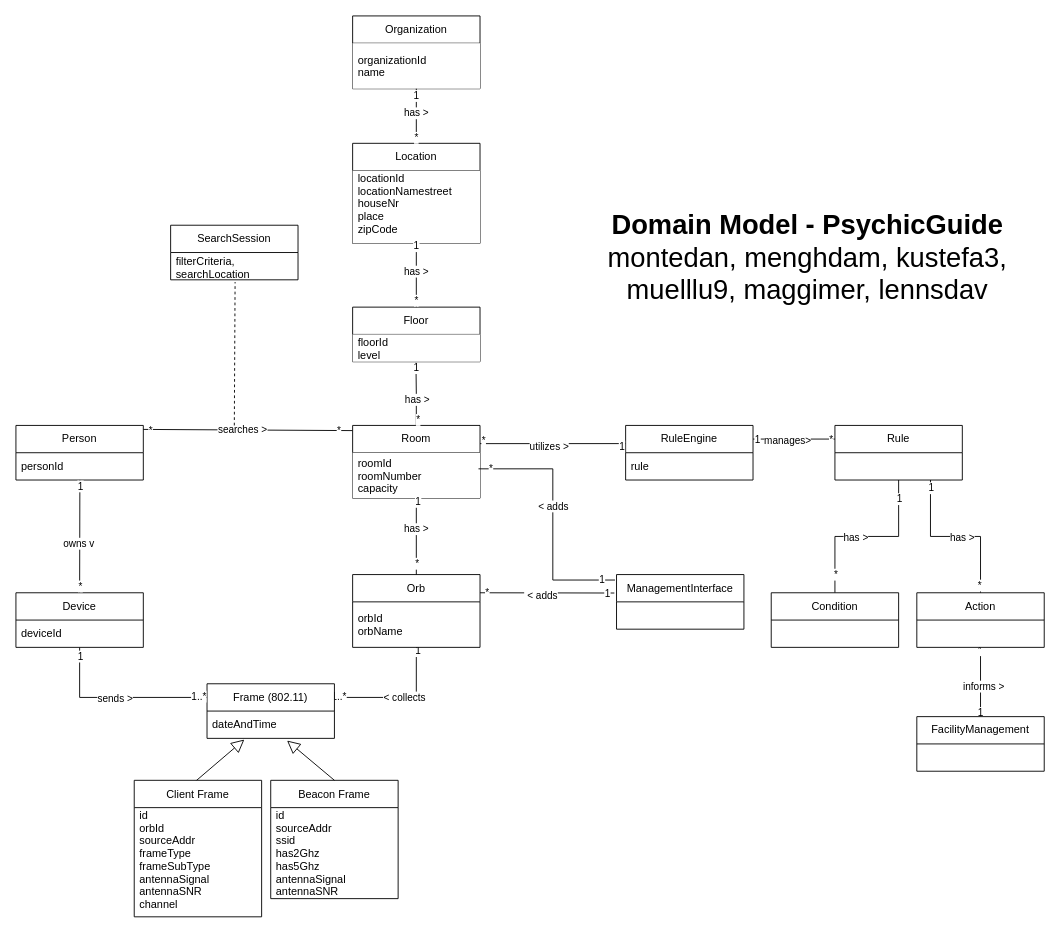
Above: PM3_domain_model.drawio in phyllomenous/PM3_DomainModel (draw.io), before the change. Source tidied: cells renumbered, new cells numbered last; positions are measured from the earlier drawing's top-left corner, leaving out a move shared by most shapes. Both pictures are drawn from the tidied source at 91%, with x=0, y=0 at pixel (15, 15).
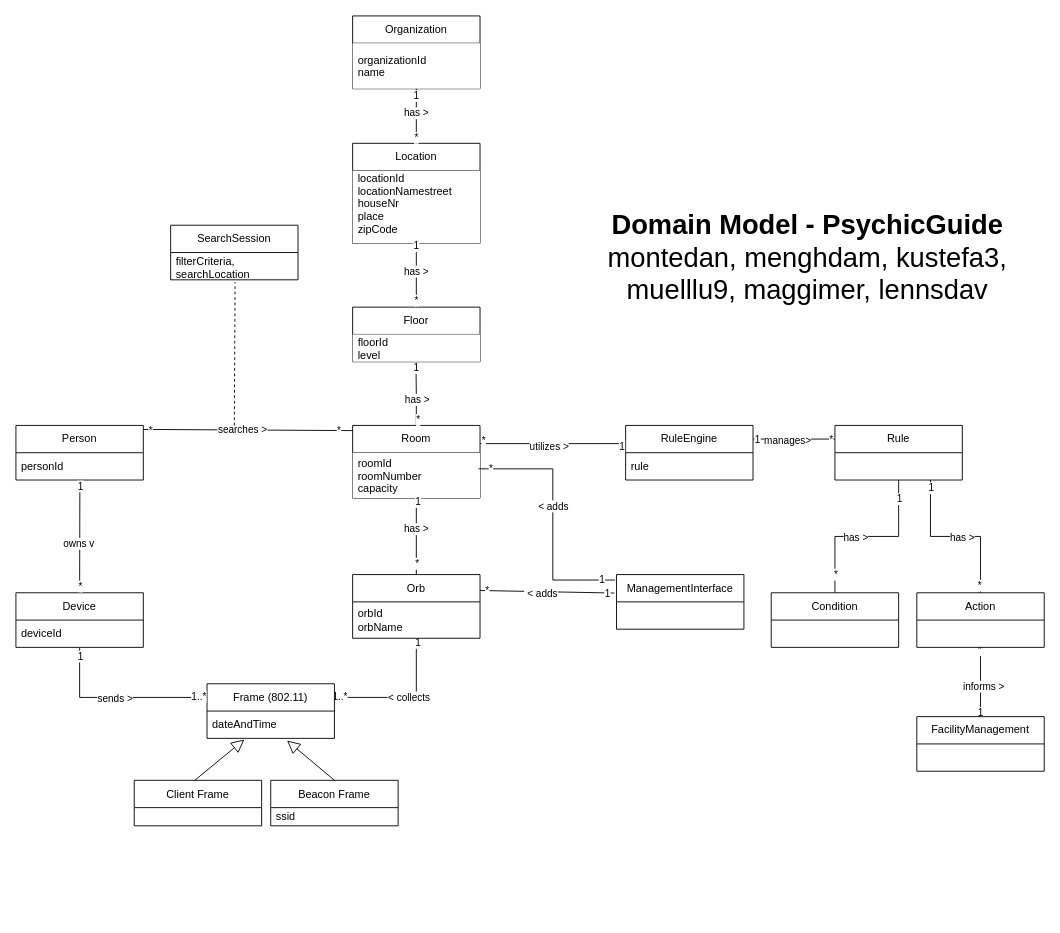
Above is the later version.

Commit message:
remove properties of Frame

Change to the diagram source:
```diff
@@
     <mxCell id="18" value="Orb" style="swimlane;fontStyle=0;horizontal=1;startSize=30;whiteSpace=wrap;html=1;swimlaneFillColor=default;" parent="1" vertex="1">
-      <mxGeometry x="370" y="613.9" width="140" height="80" as="geometry" />
+      <mxGeometry x="370" y="613.9" width="140" height="70" as="geometry" />
     </mxCell>
     <mxCell id="19" value="&lt;div&gt;orbId&lt;/div&gt;&lt;div&gt;orbName&lt;/div&gt;" style="text;strokeColor=none;fillColor=none;align=left;verticalAlign=middle;spacingLeft=4;spacingRight=4;overflow=hidden;whiteSpace=wrap;html=1;" parent="18" vertex="1">
-      <mxGeometry y="30" width="140" height="50" as="geometry" />
+      <mxGeometry y="30" width="140" height="40" as="geometry" />
     </mxCell>
@@
     <mxCell id="86" value="Client Frame" style="swimlane;fontStyle=0;horizontal=1;startSize=30;swimlaneFillColor=default;" parent="1" vertex="1">
-      <mxGeometry x="130" y="840" width="140" height="150" as="geometry" />
+      <mxGeometry x="130" y="840" width="140" height="50" as="geometry" />
     </mxCell>
-    <mxCell id="87" value="id&#10;orbId&#10;sourceAddr&#10;frameType&#10;frameSubType&#10;antennaSignal&#10;antennaSNR&#10;channel&#10;" style="text;strokeColor=none;fillColor=none;align=left;verticalAlign=middle;spacingLeft=4;spacingRight=4;overflow=hidden;" parent="86" vertex="1">
-      <mxGeometry y="30" width="140" height="120" as="geometry" />
-    </mxCell>
     <mxCell id="88" value="Beacon Frame" style="swimlane;fontStyle=0;horizontal=1;startSize=30;swimlaneFillColor=default;" parent="1" vertex="1">
-      <mxGeometry x="280" y="840" width="140" height="130" as="geometry" />
+      <mxGeometry x="280" y="840" width="140" height="50" as="geometry" />
     </mxCell>
-    <mxCell id="89" value="id&#10;sourceAddr&#10;ssid&#10;has2Ghz&#10;has5Ghz&#10;antennaSignal&#10;antennaSNR&#10;" style="text;strokeColor=none;fillColor=none;align=left;verticalAlign=middle;spacingLeft=4;spacingRight=4;overflow=hidden;" parent="88" vertex="1">
-      <mxGeometry y="30" width="140" height="100" as="geometry" />
-    </mxCell>
+    <mxCell id="95" value="ssid" style="text;strokeColor=none;fillColor=none;align=left;verticalAlign=middle;spacingLeft=4;spacingRight=4;overflow=hidden;whiteSpace=wrap;html=1;" parent="88" vertex="1">
+      <mxGeometry y="30" width="140" height="20" as="geometry" />
+    </mxCell>
```
